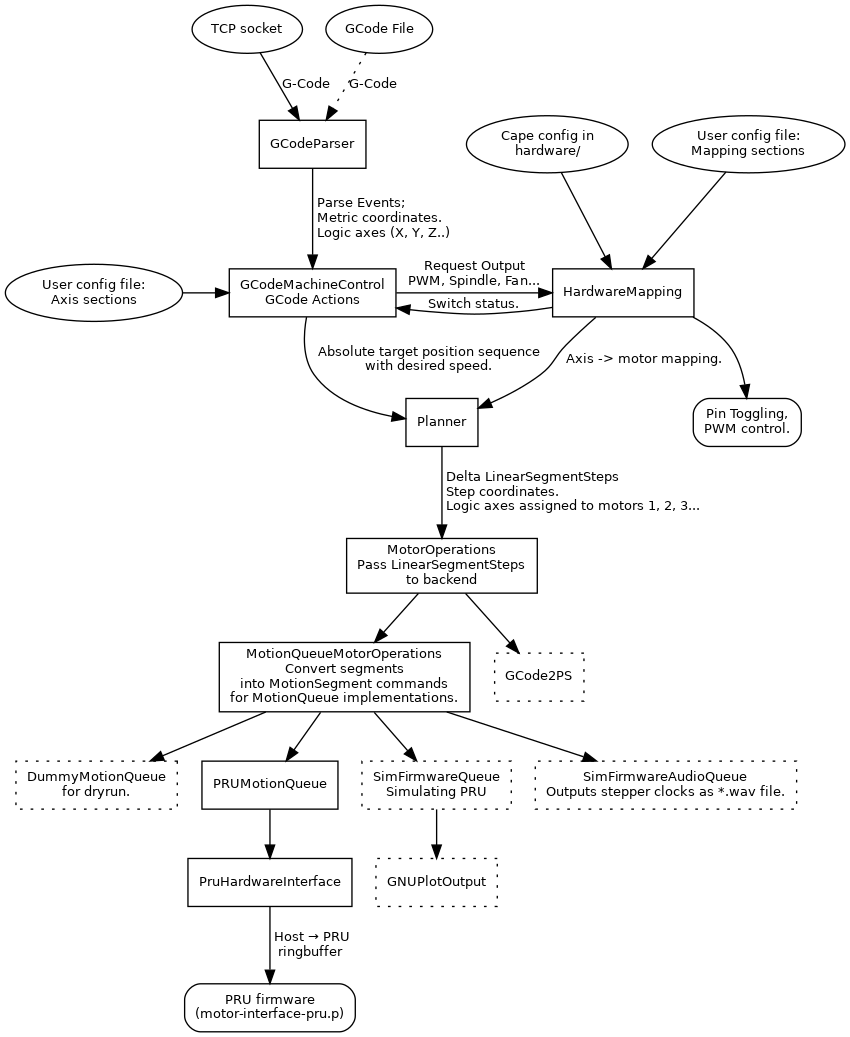
This is img/machine-control.png from hzeller/beagleg, a Graphviz export, as it was before one commit. Its source is kept beside it as img/machine-control.dot.
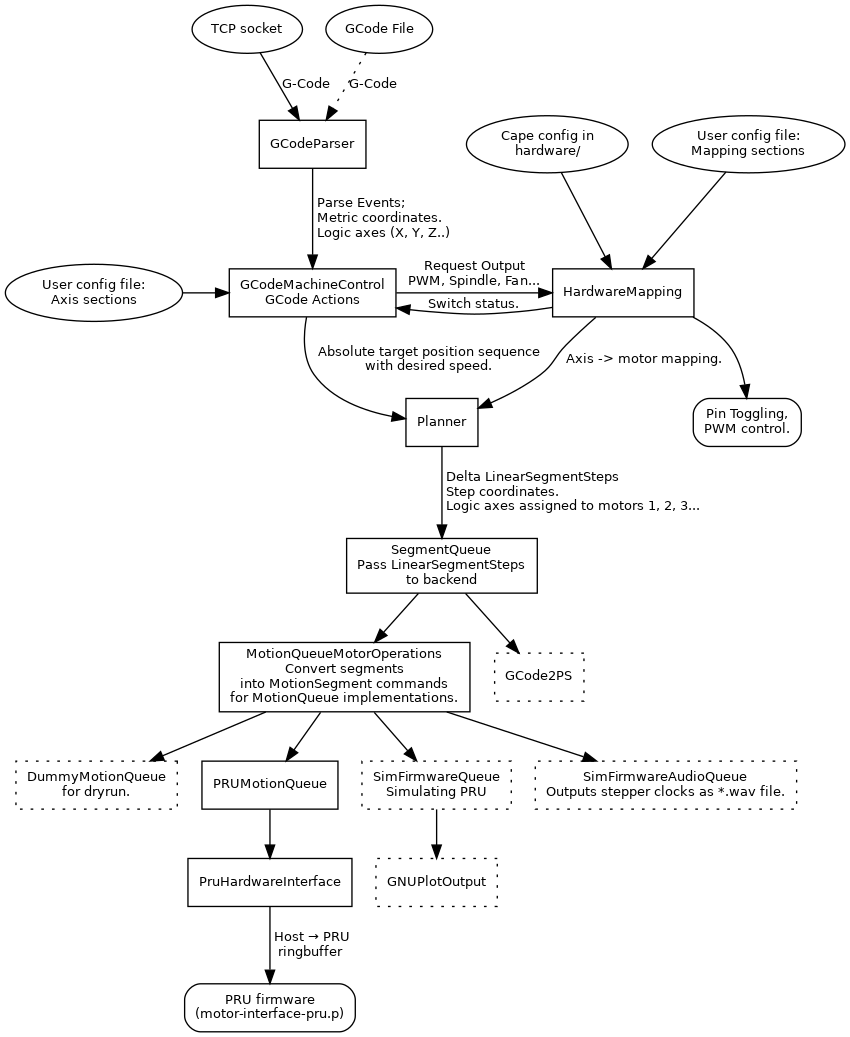
Above is the later version.

The edit, as a diff of the source:
```diff
@@ -14,7 +14,7 @@
 		HardwareMapping;
 		Planner;
 
-		MotorOperations  [label = "MotorOperations\nPass LinearSegmentSteps\nto backend"];
+		SegmentQueue  [label = "SegmentQueue\nPass LinearSegmentSteps\nto backend"];
 
 		MotionQueueMotorOperations  [label = "MotionQueueMotorOperations\nConvert segments\ninto MotionSegment commands\nfor MotionQueue implementations."];
 
@@ -49,13 +49,13 @@
 		GCodeParser -> GCodeMachineControl [ label=" Parse Events;\l Metric coordinates.\l Logic axes (X, Y, Z..)"]
 		GCodeMachineControl -> Planner [ label=" Absolute target position sequence\l with desired speed." ];
 
-		Planner -> MotorOperations [ label = " Delta LinearSegmentSteps\l Step coordinates.\l Logic axes assigned to motors 1, 2, 3..." ]
-		MotorOperations -> MotionQueueMotorOperations
+		Planner -> SegmentQueue [ label = " Delta LinearSegmentSteps\l Step coordinates.\l Logic axes assigned to motors 1, 2, 3..." ]
+		SegmentQueue -> MotionQueueMotorOperations
 		MotionQueueMotorOperations -> PRUMotionQueue;
 		MotionQueueMotorOperations -> SimFirmwareQueue -> GNUPlotOutput;
 		MotionQueueMotorOperations -> SimFirmwareAudioQueue;
 		MotionQueueMotorOperations -> DummyMotionQueue;
-		MotorOperations -> GCode2PS;
+		SegmentQueue -> GCode2PS;
 		PRUMotionQueue -> PruHardwareInterface;
 		PruHardwareInterface -> PRU [ label = " Host → PRU\lringbuffer"];
 	}
```
